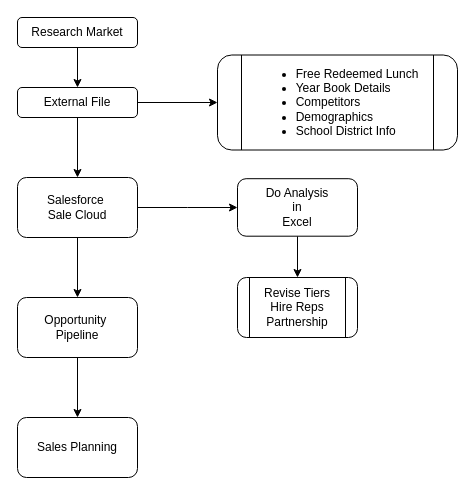
Earlier version of the draw.io diagram page "RM" (2 of 8) of 11.drawio (ai-next-zen/diagrams). Source tidied: cells renumbered, new cells numbered last; positions are measured from the earlier drawing's top-left corner, leaving out a move shared by most shapes. Both pictures are drawn from the tidied source at 100%, with x=0, y=0 at pixel (17, 17).
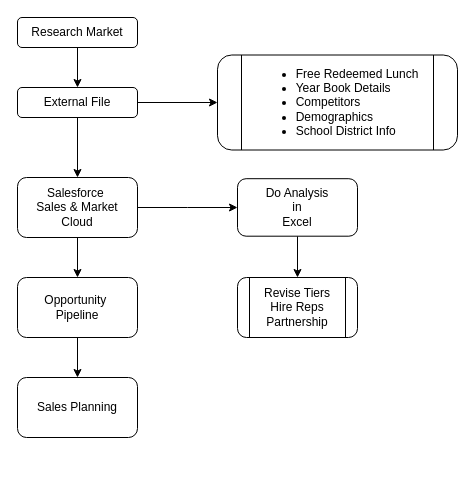
Above is the later version.

What changed in the source:
```diff
@@
 <mxGraphModel>
   <root>
     <mxCell id="0" />
     <mxCell id="1" parent="0" />
     <mxCell id="2" style="edgeStyle=orthogonalEdgeStyle;rounded=0;jettySize=auto;html=1;entryX=0.5;entryY=0;entryDx=0;entryDy=0;" parent="1" edge="1" source="3" target="6">
       <mxGeometry relative="1" as="geometry" />
     </mxCell>
     <mxCell id="3" value="Research Market" style="rounded=1;whiteSpace=wrap;html=1;" parent="1" vertex="1">
       <mxGeometry width="120" height="30" as="geometry" />
     </mxCell>
     <mxCell id="4" style="edgeStyle=orthogonalEdgeStyle;rounded=0;jettySize=auto;html=1;" parent="1" edge="1" source="6" target="7">
       <mxGeometry relative="1" as="geometry" />
     </mxCell>
     <mxCell id="5" style="edgeStyle=orthogonalEdgeStyle;rounded=0;jettySize=auto;html=1;" parent="1" edge="1" source="6" target="12">
       <mxGeometry relative="1" as="geometry" />
     </mxCell>
     <mxCell id="6" value="External File" style="rounded=1;whiteSpace=wrap;html=1;" parent="1" vertex="1">
       <mxGeometry y="70" width="120" height="30" as="geometry" />
     </mxCell>
     <mxCell id="7" value="&lt;ul&gt;&lt;li&gt;Free Redeemed Lunch&lt;/li&gt;&lt;li style=&quot;text-align: left;&quot;&gt;Year Book Details&lt;/li&gt;&lt;li style=&quot;text-align: left;&quot;&gt;&lt;span style=&quot;background-color: transparent; color: light-dark(rgb(0, 0, 0), rgb(255, 255, 255));&quot;&gt;Competitors&lt;/span&gt;&lt;/li&gt;&lt;li style=&quot;text-align: left;&quot;&gt;&lt;span style=&quot;background-color: transparent; color: light-dark(rgb(0, 0, 0), rgb(255, 255, 255));&quot;&gt;Demographics&lt;/span&gt;&lt;/li&gt;&lt;li style=&quot;text-align: left;&quot;&gt;&lt;span style=&quot;background-color: transparent; color: light-dark(rgb(0, 0, 0), rgb(255, 255, 255));&quot;&gt;School District Info&amp;nbsp;&lt;/span&gt;&lt;/li&gt;&lt;/ul&gt;" style="shape=process;whiteSpace=wrap;html=1;backgroundOutline=1;rounded=1;" parent="1" vertex="1">
       <mxGeometry x="200" y="37.5" width="240" height="95" as="geometry" />
     </mxCell>
     <mxCell id="8" style="edgeStyle=orthogonalEdgeStyle;rounded=0;jettySize=auto;html=1;" parent="1" edge="1" source="9" target="13">
       <mxGeometry relative="1" as="geometry" />
     </mxCell>
     <mxCell id="9" value="Do Analysis&lt;div&gt;in&lt;/div&gt;&lt;div&gt;Excel&lt;/div&gt;" style="whiteSpace=wrap;html=1;rounded=1;" parent="1" vertex="1">
       <mxGeometry x="220" y="161.2" width="120" height="57.5" as="geometry" />
     </mxCell>
     <mxCell id="10" style="edgeStyle=orthogonalEdgeStyle;rounded=0;jettySize=auto;html=1;" parent="1" edge="1" source="12" target="9">
       <mxGeometry relative="1" as="geometry" />
     </mxCell>
     <mxCell id="11" style="edgeStyle=orthogonalEdgeStyle;rounded=0;jettySize=auto;html=1;" parent="1" edge="1" source="12" target="15">
       <mxGeometry relative="1" as="geometry" />
     </mxCell>
-    <mxCell id="12" value="Salesforce&amp;nbsp;&lt;div&gt;Sale Cloud&lt;/div&gt;" style="whiteSpace=wrap;html=1;rounded=1;" parent="1" vertex="1">
+    <mxCell id="12" value="Salesforce&amp;nbsp;&lt;div&gt;Sales &amp;amp; Market&lt;/div&gt;&lt;div&gt;Cloud&lt;/div&gt;" style="whiteSpace=wrap;html=1;rounded=1;" parent="1" vertex="1">
       <mxGeometry y="160" width="120" height="60" as="geometry" />
     </mxCell>
     <mxCell id="13" value="Revise Tiers&lt;div&gt;Hire Reps&lt;/div&gt;&lt;div&gt;Partnership&lt;/div&gt;" style="shape=process;whiteSpace=wrap;html=1;backgroundOutline=1;rounded=1;" parent="1" vertex="1">
       <mxGeometry x="220" y="260" width="120" height="60" as="geometry" />
     </mxCell>
     <mxCell id="14" style="edgeStyle=orthogonalEdgeStyle;rounded=0;jettySize=auto;html=1;" parent="1" edge="1" source="15" target="16">
       <mxGeometry relative="1" as="geometry" />
     </mxCell>
     <mxCell id="15" value="Opportunity&amp;nbsp;&lt;div&gt;Pipeline&lt;/div&gt;" style="whiteSpace=wrap;html=1;rounded=1;" parent="1" vertex="1">
-      <mxGeometry y="280" width="120" height="60" as="geometry" />
+      <mxGeometry y="260" width="120" height="60" as="geometry" />
     </mxCell>
     <mxCell id="16" value="&lt;div&gt;Sales Planning&lt;/div&gt;" style="whiteSpace=wrap;html=1;rounded=1;" parent="1" vertex="1">
-      <mxGeometry y="400" width="120" height="60" as="geometry" />
+      <mxGeometry y="360" width="120" height="60" as="geometry" />
     </mxCell>
   </root>
 </mxGraphModel>
```
